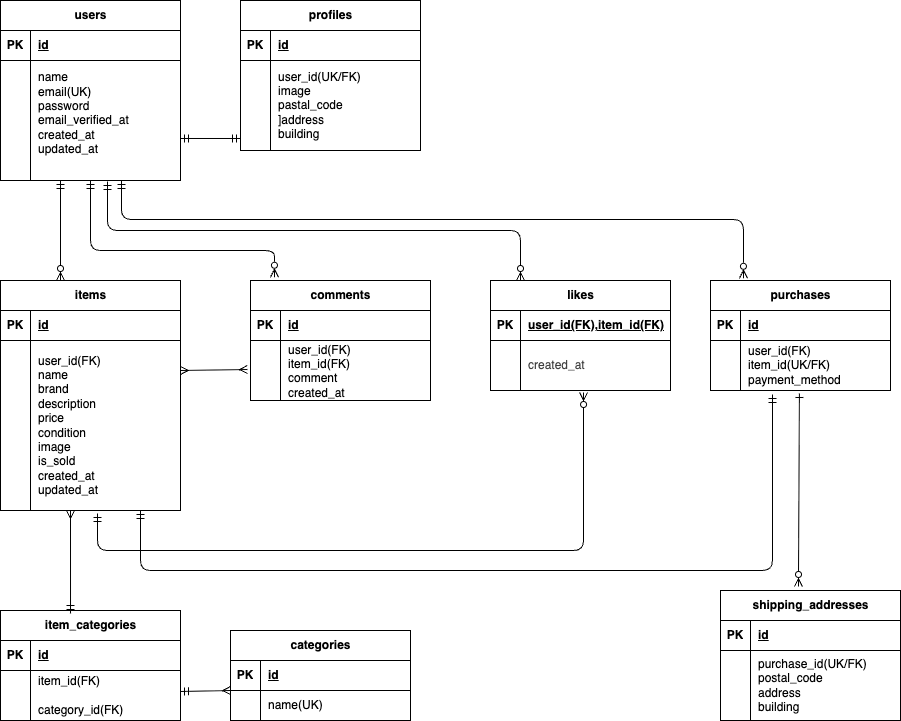
Earlier version of the draw.io export .drawio.png (hashimo537/mogi11). Source tidied: cells renumbered, new cells last; positions are measured from the earlier drawing's top-left corner, leaving out a move shared by most shapes.
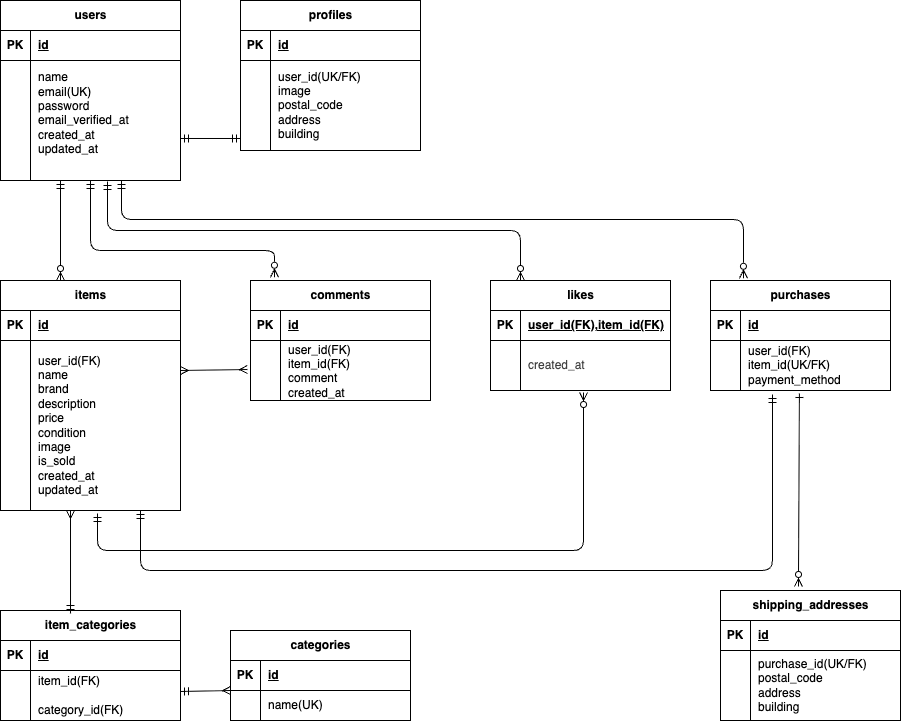
Above is the later version.

Change to the diagram source:
```diff
@@ -125,7 +125,7 @@
     <mxCell id="42" style="shape=partialRectangle;fillColor=none;top=0;left=0;bottom=0;right=0;overflow=hidden;whiteSpace=wrap;html=1;" parent="41" vertex="1">
       <mxGeometry width="30" height="90" as="geometry" />
     </mxCell>
-    <mxCell id="43" value="user_id(UK/FK)&lt;div&gt;&lt;font color=&quot;#000000&quot;&gt;image&lt;/font&gt;&lt;/div&gt;&lt;div&gt;&lt;font color=&quot;#000000&quot;&gt;pastal_code&lt;/font&gt;&lt;/div&gt;&lt;div&gt;&lt;font color=&quot;#000000&quot;&gt;]address&lt;/font&gt;&lt;/div&gt;&lt;div&gt;&lt;font color=&quot;#000000&quot;&gt;building&lt;/font&gt;&lt;/div&gt;" style="shape=partialRectangle;fillColor=none;top=0;left=0;bottom=0;right=0;align=left;spacingLeft=6;overflow=hidden;whiteSpace=wrap;html=1;" parent="41" vertex="1">
+    <mxCell id="43" value="user_id(UK/FK)&lt;div&gt;&lt;font color=&quot;#000000&quot;&gt;image&lt;/font&gt;&lt;/div&gt;&lt;div&gt;&lt;font color=&quot;#000000&quot;&gt;postal_code&lt;/font&gt;&lt;/div&gt;&lt;div&gt;&lt;font color=&quot;#000000&quot;&gt;address&lt;/font&gt;&lt;/div&gt;&lt;div&gt;&lt;font color=&quot;#000000&quot;&gt;building&lt;/font&gt;&lt;/div&gt;" style="shape=partialRectangle;fillColor=none;top=0;left=0;bottom=0;right=0;align=left;spacingLeft=6;overflow=hidden;whiteSpace=wrap;html=1;" parent="41" vertex="1">
       <mxGeometry x="30" width="150" height="90" as="geometry" />
     </mxCell>
     <mxCell id="44" value="items" style="shape=table;startSize=30;rowLines=0;fontStyle=1;align=center;html=1;" parent="1" vertex="1">
```
